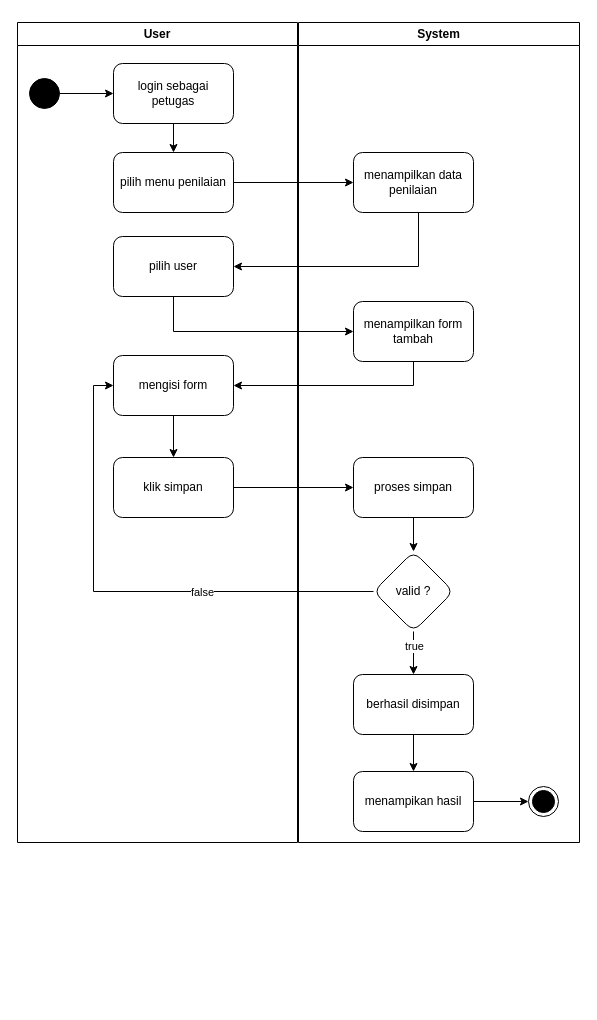
This is page "Activity penilaian" (17 of 41) of public/Untitled Diagram.drawio from alinurd/simpanPinjam, a draw.io file, before an edit. Source tidied: cells renumbered, new cells numbered last; positions are measured from the earlier drawing's top-left corner, leaving out a move shared by most shapes. Both pictures are drawn from the tidied source at 100%, with x=0, y=0 at pixel (17, 22).
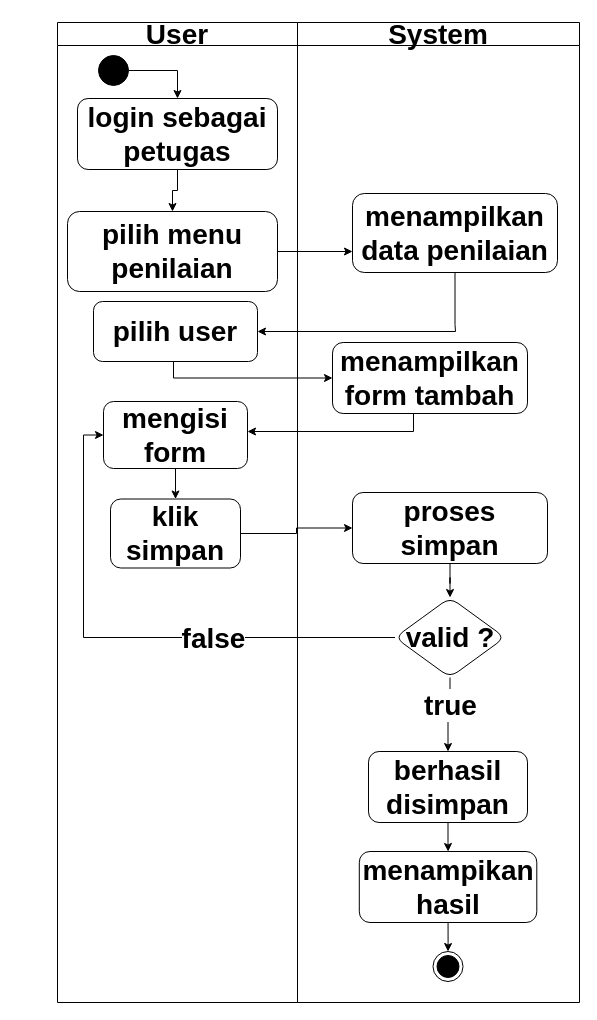
Above is the later version.

Change to the diagram source:
```diff
@@
-    <mxCell id="2" style="group;" parent="1" vertex="1">
-      <mxGeometry width="562" height="862" as="geometry" />
+    <mxCell id="2" style="group;fontSize=28;fontStyle=1;" parent="1" vertex="1">
+      <mxGeometry width="562" height="980" as="geometry" />
     </mxCell>
-    <mxCell id="3" value="User" style="swimlane;whiteSpace=wrap;html=1;" parent="2" vertex="1">
-      <mxGeometry width="280" height="820" as="geometry" />
+    <mxCell id="3" value="User" style="swimlane;whiteSpace=wrap;html=1;fontSize=28;fontStyle=1;" parent="2" vertex="1">
+      <mxGeometry x="40" width="240" height="980" as="geometry" />
     </mxCell>
-    <mxCell id="4" style="edgeStyle=orthogonalEdgeStyle;rounded=0;jettySize=auto;html=1;" parent="3" edge="1" source="5" target="8">
+    <mxCell id="4" style="edgeStyle=orthogonalEdgeStyle;rounded=0;jettySize=auto;html=1;fontSize=28;fontStyle=1;" parent="3" edge="1" source="5" target="8">
       <mxGeometry relative="1" as="geometry" />
     </mxCell>
-    <mxCell id="5" value="login sebagai &lt;br&gt;petugas" style="rounded=1;whiteSpace=wrap;html=1;" parent="3" vertex="1">
-      <mxGeometry x="96" y="41" width="120" height="60" as="geometry" />
+    <mxCell id="5" value="login sebagai &lt;br style=&quot;font-size: 28px;&quot;&gt;petugas" style="rounded=1;whiteSpace=wrap;html=1;fontSize=28;fontStyle=1;" parent="3" vertex="1">
+      <mxGeometry x="20" y="76" width="200" height="71" as="geometry" />
     </mxCell>
-    <mxCell id="6" style="edgeStyle=orthogonalEdgeStyle;rounded=0;jettySize=auto;html=1;" parent="3" edge="1" source="7" target="5">
+    <mxCell id="6" style="edgeStyle=orthogonalEdgeStyle;rounded=0;jettySize=auto;html=1;exitX=1;exitY=0.5;exitDx=0;exitDy=0;fontStyle=1;" parent="3" edge="1" source="7" target="5">
       <mxGeometry relative="1" as="geometry" />
     </mxCell>
-    <mxCell id="7" style="ellipse;fillColor=strokeColor;html=1;" parent="3" vertex="1">
-      <mxGeometry x="12" y="56" width="30" height="30" as="geometry" />
+    <mxCell id="7" style="ellipse;fillColor=strokeColor;html=1;fontSize=28;fontStyle=1;" parent="3" vertex="1">
+      <mxGeometry x="41" y="33" width="30" height="30" as="geometry" />
     </mxCell>
-    <mxCell id="8" value="pilih menu penilaian" style="rounded=1;whiteSpace=wrap;html=1;" parent="3" vertex="1">
-      <mxGeometry x="96" y="130" width="120" height="60" as="geometry" />
+    <mxCell id="8" value="pilih menu penilaian" style="rounded=1;whiteSpace=wrap;html=1;fontSize=28;fontStyle=1;" parent="3" vertex="1">
+      <mxGeometry x="10" y="189" width="210" height="80" as="geometry" />
     </mxCell>
-    <mxCell id="9" value="pilih user" style="rounded=1;whiteSpace=wrap;html=1;" parent="3" vertex="1">
-      <mxGeometry x="96" y="214" width="120" height="60" as="geometry" />
+    <mxCell id="9" value="pilih user" style="rounded=1;whiteSpace=wrap;html=1;fontSize=28;fontStyle=1;" parent="3" vertex="1">
+      <mxGeometry x="36" y="279" width="164" height="60" as="geometry" />
     </mxCell>
-    <mxCell id="10" style="edgeStyle=orthogonalEdgeStyle;rounded=0;jettySize=auto;html=1;" parent="3" edge="1" source="11" target="12">
+    <mxCell id="10" style="edgeStyle=orthogonalEdgeStyle;rounded=0;jettySize=auto;html=1;fontSize=28;fontStyle=1;" parent="3" edge="1" source="11" target="12">
       <mxGeometry relative="1" as="geometry" />
     </mxCell>
-    <mxCell id="11" value="mengisi form" style="rounded=1;whiteSpace=wrap;html=1;" parent="3" vertex="1">
-      <mxGeometry x="96" y="333" width="120" height="60" as="geometry" />
+    <mxCell id="11" value="mengisi form" style="rounded=1;whiteSpace=wrap;html=1;fontSize=28;fontStyle=1;" parent="3" vertex="1">
+      <mxGeometry x="46" y="379" width="144" height="67" as="geometry" />
     </mxCell>
-    <mxCell id="12" value="klik simpan" style="rounded=1;whiteSpace=wrap;html=1;" parent="3" vertex="1">
-      <mxGeometry x="96" y="435" width="120" height="60" as="geometry" />
+    <mxCell id="12" value="klik simpan" style="rounded=1;whiteSpace=wrap;html=1;fontSize=28;fontStyle=1;" parent="3" vertex="1">
+      <mxGeometry x="53" y="476.5" width="130" height="69" as="geometry" />
     </mxCell>
-    <mxCell id="13" value="System" style="swimlane;whiteSpace=wrap;html=1;" parent="2" vertex="1">
-      <mxGeometry x="281" width="281" height="820" as="geometry" />
+    <mxCell id="13" value="System" style="swimlane;whiteSpace=wrap;html=1;fontSize=28;fontStyle=1;" parent="2" vertex="1">
+      <mxGeometry x="280" width="282" height="980" as="geometry" />
     </mxCell>
-    <mxCell id="14" value="menampilkan data penilaian" style="rounded=1;whiteSpace=wrap;html=1;" parent="13" vertex="1">
-      <mxGeometry x="55" y="130" width="120" height="60" as="geometry" />
+    <mxCell id="14" value="menampilkan data penilaian" style="rounded=1;whiteSpace=wrap;html=1;fontSize=28;fontStyle=1;" parent="13" vertex="1">
+      <mxGeometry x="55" y="171" width="205" height="79" as="geometry" />
     </mxCell>
-    <mxCell id="15" value="menampilkan form tambah" style="rounded=1;whiteSpace=wrap;html=1;" parent="13" vertex="1">
-      <mxGeometry x="55" y="279" width="120" height="60" as="geometry" />
+    <mxCell id="15" value="menampilkan form tambah" style="rounded=1;whiteSpace=wrap;html=1;fontSize=28;fontStyle=1;" parent="13" vertex="1">
+      <mxGeometry x="35" y="320" width="195" height="71" as="geometry" />
     </mxCell>
-    <mxCell id="16" style="edgeStyle=orthogonalEdgeStyle;rounded=0;jettySize=auto;html=1;" parent="13" edge="1" source="17" target="18">
+    <mxCell id="16" style="edgeStyle=orthogonalEdgeStyle;rounded=0;jettySize=auto;html=1;fontSize=28;fontStyle=1;" parent="13" edge="1" source="17" target="18">
       <mxGeometry relative="1" as="geometry" />
     </mxCell>
-    <mxCell id="17" value="proses simpan" style="rounded=1;whiteSpace=wrap;html=1;" parent="13" vertex="1">
-      <mxGeometry x="55" y="435" width="120" height="60" as="geometry" />
+    <mxCell id="17" value="proses simpan" style="rounded=1;whiteSpace=wrap;html=1;fontSize=28;fontStyle=1;" parent="13" vertex="1">
+      <mxGeometry x="55" y="470" width="195" height="71" as="geometry" />
     </mxCell>
-    <mxCell id="18" value="valid ?" style="rhombus;whiteSpace=wrap;html=1;rounded=1;" parent="13" vertex="1">
-      <mxGeometry x="75" y="529" width="80" height="80" as="geometry" />
+    <mxCell id="18" value="valid ?" style="rhombus;whiteSpace=wrap;html=1;rounded=1;fontSize=28;fontStyle=1;" parent="13" vertex="1">
+      <mxGeometry x="97.5" y="575" width="110" height="80" as="geometry" />
     </mxCell>
-    <mxCell id="19" style="edgeStyle=orthogonalEdgeStyle;rounded=0;jettySize=auto;html=1;exitX=1;exitY=0.5;exitDx=0;exitDy=0;" parent="13" edge="1" source="25" target="24">
+    <mxCell id="19" style="edgeStyle=orthogonalEdgeStyle;rounded=0;jettySize=auto;html=1;exitX=0.5;exitY=1;exitDx=0;exitDy=0;fontSize=28;fontStyle=1;" parent="13" edge="1" source="25" target="24">
       <mxGeometry relative="1" as="geometry" />
     </mxCell>
-    <mxCell id="20" style="edgeStyle=orthogonalEdgeStyle;rounded=0;jettySize=auto;html=1;" parent="13" edge="1" source="21" target="25">
+    <mxCell id="20" style="edgeStyle=orthogonalEdgeStyle;rounded=0;jettySize=auto;html=1;fontStyle=1;" parent="13" edge="1" source="21" target="25">
       <mxGeometry relative="1" as="geometry" />
     </mxCell>
-    <mxCell id="21" value="berhasil disimpan" style="whiteSpace=wrap;html=1;rounded=1;" parent="13" vertex="1">
-      <mxGeometry x="55" y="652" width="120" height="60" as="geometry" />
+    <mxCell id="21" value="berhasil disimpan" style="whiteSpace=wrap;html=1;rounded=1;fontSize=28;fontStyle=1;" parent="13" vertex="1">
+      <mxGeometry x="71" y="729" width="159" height="71" as="geometry" />
     </mxCell>
-    <mxCell id="22" style="edgeStyle=orthogonalEdgeStyle;rounded=0;jettySize=auto;html=1;" parent="13" edge="1" source="18" target="21">
+    <mxCell id="22" style="edgeStyle=orthogonalEdgeStyle;rounded=0;jettySize=auto;html=1;fontSize=28;fontStyle=1;" parent="13" edge="1" source="18" target="21">
       <mxGeometry relative="1" as="geometry" />
     </mxCell>
-    <mxCell id="23" value="true" style="edgeLabel;html=1;align=center;verticalAlign=middle;" parent="22" vertex="1">
+    <mxCell id="23" value="true" style="edgeLabel;html=1;align=center;verticalAlign=middle;fontSize=28;fontStyle=1;" parent="22" vertex="1">
       <mxGeometry x="-0.2" relative="1" as="geometry">
         <mxPoint y="-3" as="offset" />
       </mxGeometry>
     </mxCell>
-    <mxCell id="24" style="ellipse;html=1;shape=endState;fillColor=strokeColor;" parent="13" vertex="1">
-      <mxGeometry x="230" y="764" width="30" height="30" as="geometry" />
+    <mxCell id="24" style="ellipse;html=1;shape=endState;fillColor=strokeColor;fontSize=28;fontStyle=1;" parent="13" vertex="1">
+      <mxGeometry x="135.5" y="929" width="30" height="30" as="geometry" />
     </mxCell>
-    <mxCell id="25" value="menampikan hasil" style="whiteSpace=wrap;html=1;rounded=1;" parent="13" vertex="1">
-      <mxGeometry x="55" y="749" width="120" height="60" as="geometry" />
+    <mxCell id="25" value="menampikan hasil" style="whiteSpace=wrap;html=1;rounded=1;fontSize=28;fontStyle=1;" parent="13" vertex="1">
+      <mxGeometry x="61.8" y="829" width="177.5" height="71" as="geometry" />
     </mxCell>
-    <mxCell id="26" style="edgeStyle=orthogonalEdgeStyle;rounded=0;jettySize=auto;html=1;" parent="2" edge="1" source="8" target="14">
-      <mxGeometry relative="1" as="geometry" />
+    <mxCell id="26" style="edgeStyle=orthogonalEdgeStyle;rounded=0;jettySize=auto;html=1;fontSize=28;fontStyle=1;" parent="2" edge="1" source="8" target="14">
+      <mxGeometry relative="1" as="geometry">
+        <Array as="points">
+          <mxPoint x="251" y="229" />
+          <mxPoint x="251" y="206" />
+        </Array>
+      </mxGeometry>
     </mxCell>
-    <mxCell id="27" style="edgeStyle=orthogonalEdgeStyle;rounded=0;jettySize=auto;html=1;" parent="2" edge="1" source="15" target="11">
+    <mxCell id="27" style="edgeStyle=orthogonalEdgeStyle;rounded=0;jettySize=auto;html=1;fontSize=28;fontStyle=1;" parent="2" edge="1" source="15" target="11">
       <mxGeometry relative="1" as="geometry">
         <Array as="points">
-          <mxPoint x="396" y="363" />
+          <mxPoint x="396" y="409" />
         </Array>
       </mxGeometry>
     </mxCell>
-    <mxCell id="28" style="edgeStyle=orthogonalEdgeStyle;rounded=0;jettySize=auto;html=1;" parent="2" edge="1" source="12" target="17">
+    <mxCell id="28" style="edgeStyle=orthogonalEdgeStyle;rounded=0;jettySize=auto;html=1;fontSize=28;fontStyle=1;" parent="2" edge="1" source="12" target="17">
       <mxGeometry relative="1" as="geometry" />
     </mxCell>
-    <mxCell id="29" style="edgeStyle=orthogonalEdgeStyle;rounded=0;jettySize=auto;html=1;entryX=0;entryY=0.5;entryDx=0;entryDy=0;" parent="2" edge="1" source="18" target="11">
+    <mxCell id="29" style="edgeStyle=orthogonalEdgeStyle;rounded=0;jettySize=auto;html=1;entryX=0;entryY=0.5;entryDx=0;entryDy=0;fontSize=28;fontStyle=1;" parent="2" edge="1" source="18" target="11">
       <mxGeometry relative="1" as="geometry" />
     </mxCell>
-    <mxCell id="30" value="false" style="edgeLabel;html=1;align=center;verticalAlign=middle;" parent="29" vertex="1">
+    <mxCell id="30" value="false" style="edgeLabel;html=1;align=center;verticalAlign=middle;fontSize=28;fontStyle=1;" parent="29" vertex="1">
       <mxGeometry x="-0.32" relative="1" as="geometry" />
     </mxCell>
+    <mxCell id="32" style="edgeStyle=orthogonalEdgeStyle;rounded=0;jettySize=auto;html=1;entryX=0;entryY=0.5;entryDx=0;entryDy=0;fontSize=28;fontStyle=1;" parent="2" edge="1" source="9" target="15">
+      <mxGeometry relative="1" as="geometry">
+        <Array as="points">
+          <mxPoint x="156" y="355" />
+        </Array>
+      </mxGeometry>
+    </mxCell>
-    <mxCell id="31" style="edgeStyle=orthogonalEdgeStyle;rounded=0;jettySize=auto;html=1;entryX=1;entryY=0.5;entryDx=0;entryDy=0;" parent="2" edge="1" source="14" target="9">
+    <mxCell id="31" style="edgeStyle=orthogonalEdgeStyle;rounded=0;jettySize=auto;html=1;fontSize=28;fontStyle=1;exitX=0.5;exitY=1;exitDx=0;exitDy=0;" parent="2" edge="1" source="14" target="9">
       <mxGeometry relative="1" as="geometry">
         <Array as="points">
-          <mxPoint x="401" y="244" />
+          <mxPoint x="438" y="302" />
+          <mxPoint x="438" y="302" />
+          <mxPoint x="438" y="309" />
         </Array>
       </mxGeometry>
     </mxCell>
-    <mxCell id="32" style="edgeStyle=orthogonalEdgeStyle;rounded=0;jettySize=auto;html=1;entryX=0;entryY=0.5;entryDx=0;entryDy=0;" parent="2" edge="1" source="9" target="15">
-      <mxGeometry relative="1" as="geometry">
-        <Array as="points">
-          <mxPoint x="156" y="309" />
-        </Array>
-      </mxGeometry>
-    </mxCell>
```
